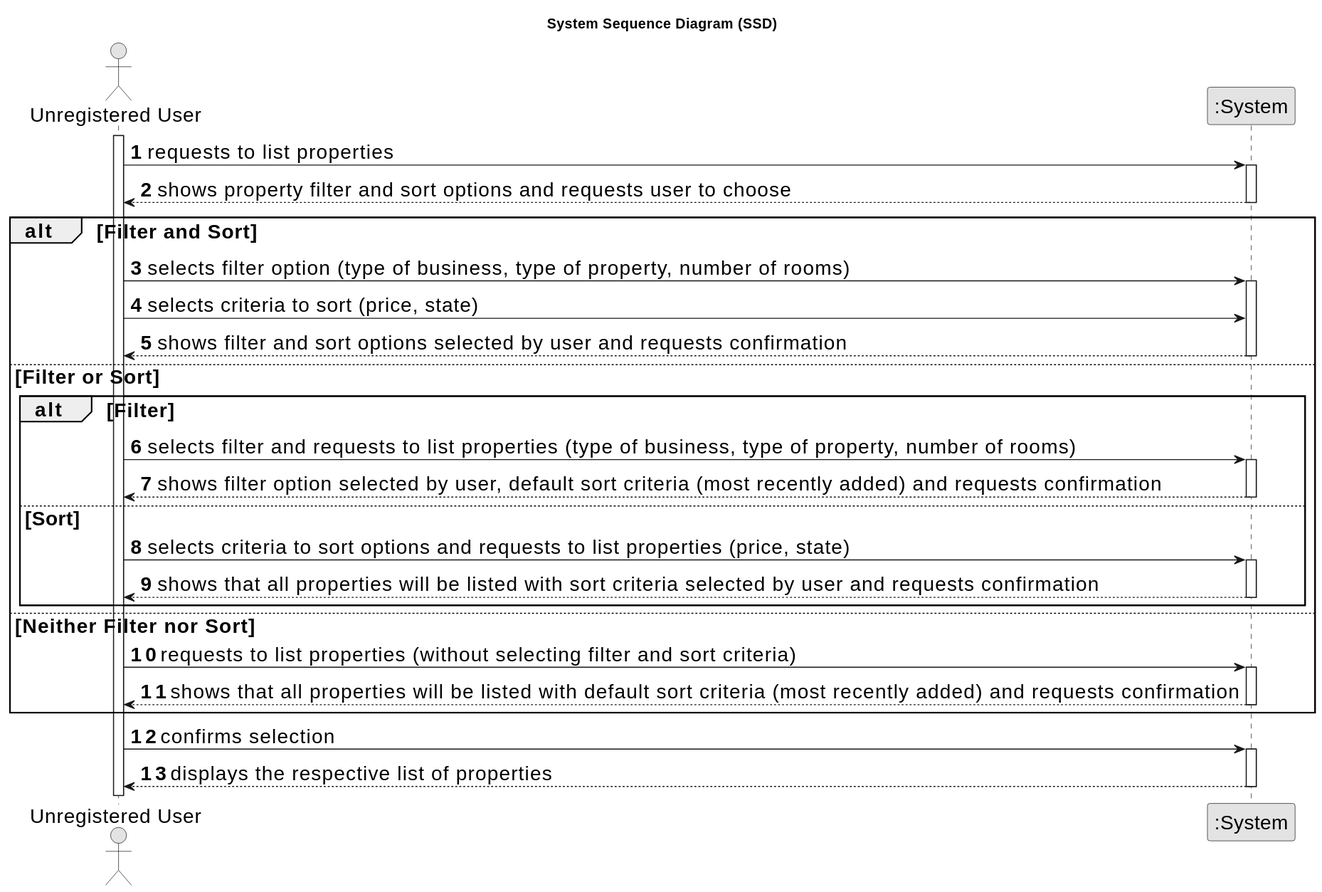
Above: docs/sprintB/us001/01.requirements-engineering/svg/us001-system-sequence-diagram.svg in Goncalves2525/real-estate-management-system (PlantUML), before the change.
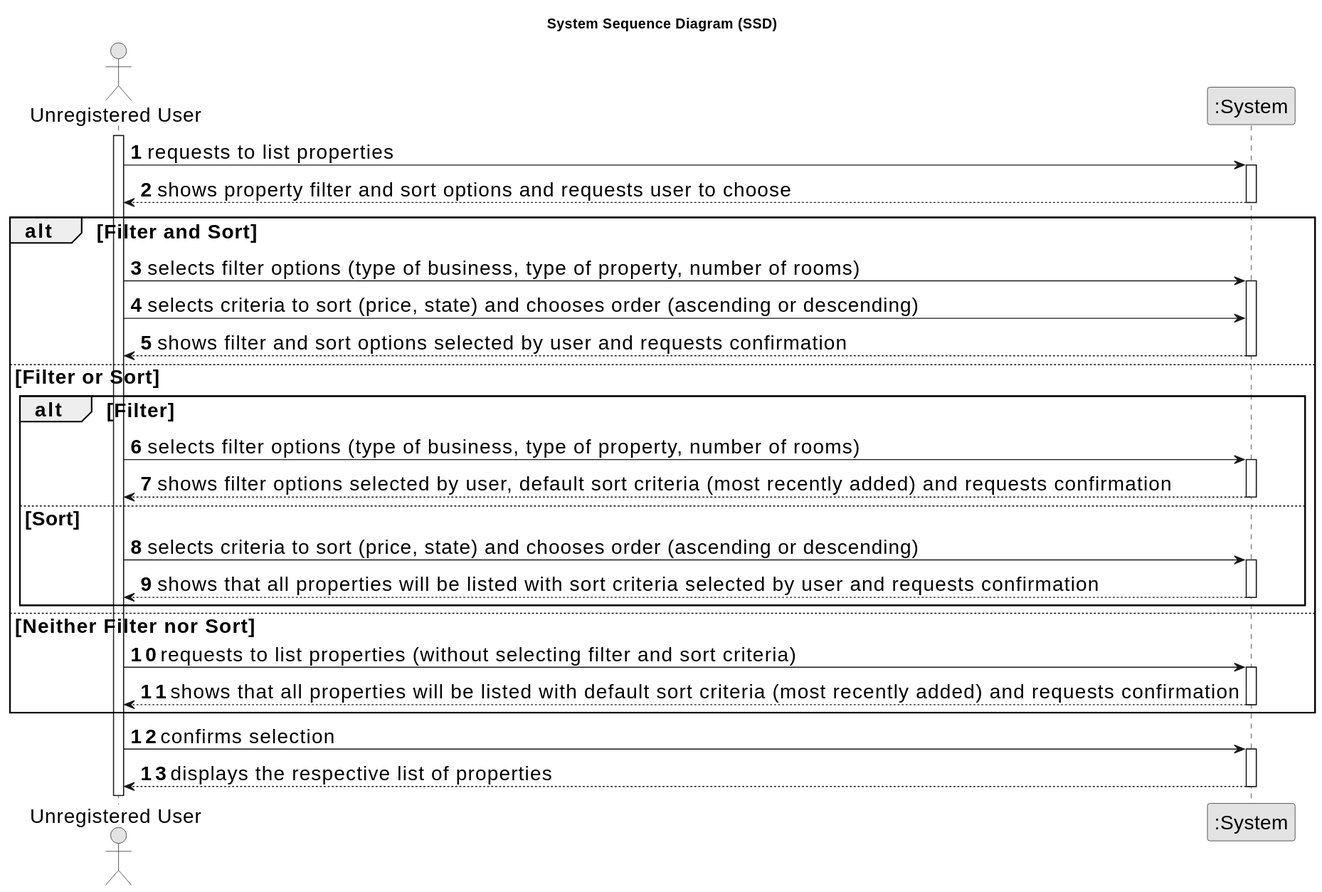
The same file after the commit.

Diff of the diagram source:
```diff
@@ -20,24 +20,24 @@
     deactivate System
 
     alt Filter and Sort
-        User -> System : selects filter option (type of business, type of property, number of rooms)
+        User -> System : selects filter options (type of business, type of property, number of rooms)
         activate System
 
-        User -> System : selects criteria to sort (price, state)
+        User -> System : selects criteria to sort (price, state) and chooses order (ascending or descending)
         System --> User : shows filter and sort options selected by user and requests confirmation
         deactivate System
 
     else Filter or Sort
 
         alt Filter
-            User -> System : selects filter and requests to list properties (type of business, type of property, number of rooms)
+            User -> System : selects filter options (type of business, type of property, number of rooms)
             activate System
 
-            System --> User : shows filter option selected by user, default sort criteria (most recently added) and requests confirmation
+            System --> User : shows filter options selected by user, default sort criteria (most recently added) and requests confirmation
             deactivate System
 
         else Sort
-            User -> System : selects criteria to sort options and requests to list properties (price, state)
+            User -> System : selects criteria to sort (price, state) and chooses order (ascending or descending)
             activate System
 
             System --> User : shows that all properties will be listed with sort criteria selected by user and requests confirmation
```
